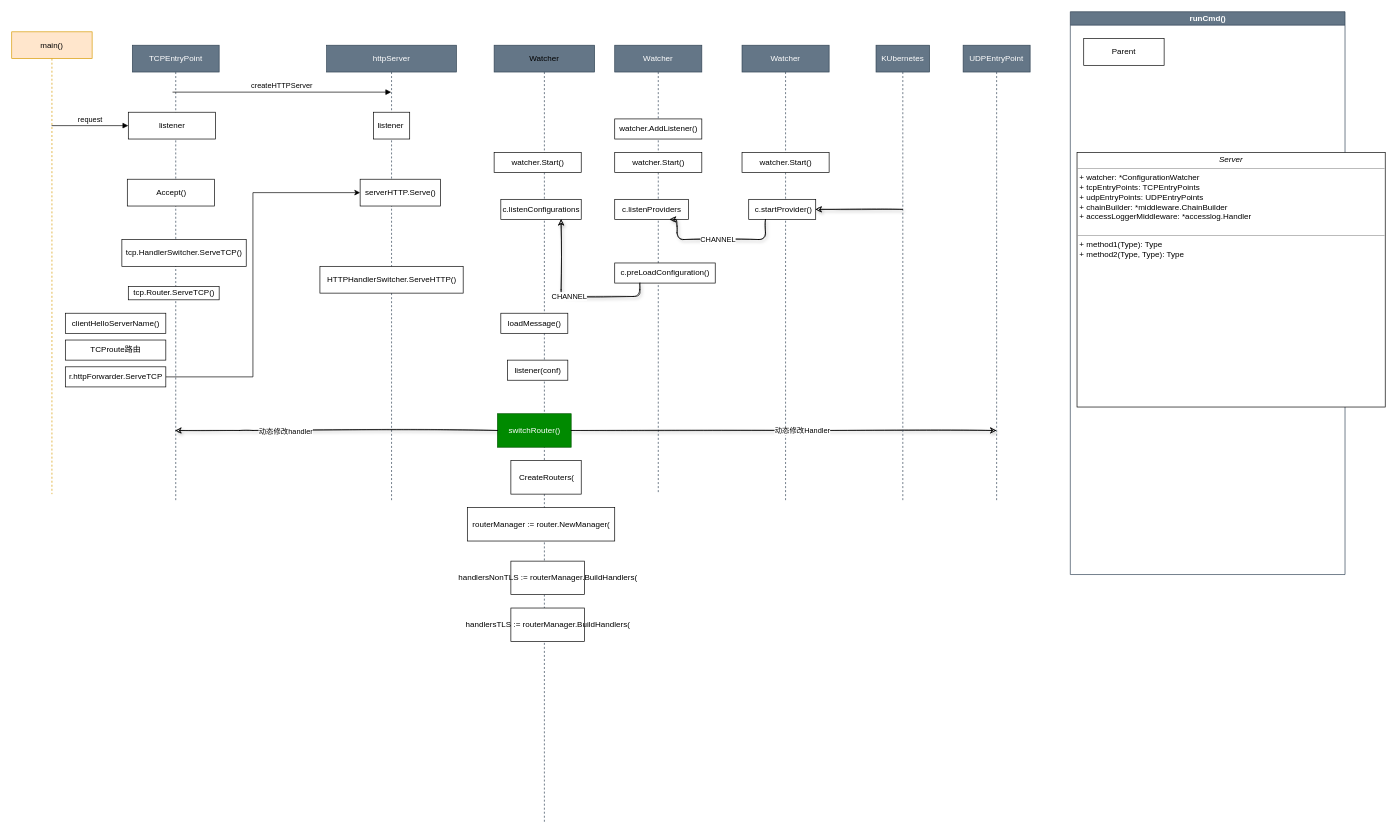
This is traefik流程图.drawio from ghj114/diagram, a draw.io file, before an edit. Source tidied: cells renumbered, new cells numbered last; positions are measured from the earlier drawing's top-left corner, leaving out a move shared by most shapes. Both pictures are drawn from the tidied source at 67%, with x=0, y=0 at pixel (11, 11).
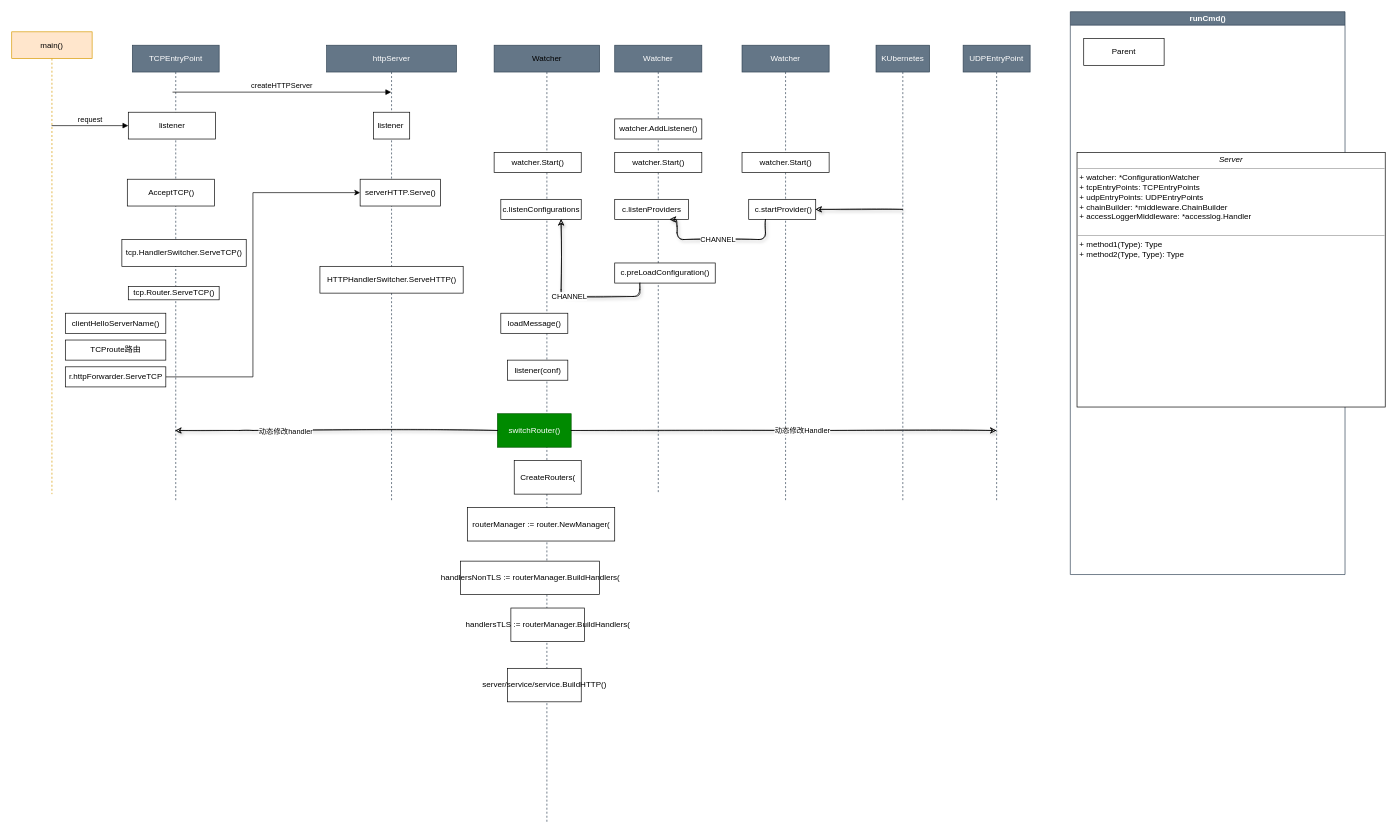
The same diagram, later.

Commit message:
更新traefik流程图.drawio

The change refers to these unchanged cells:
```xml
<mxCell id="6" value="TCPEntryPoint" style="shape=umlLifeline;perimeter=lifelinePerimeter;whiteSpace=wrap;html=1;outlineConnect=0;fillColor=#647687;strokeColor=#314354;fontColor=#ffffff;" parent="1" vertex="1">
  <mxGeometry x="180" y="50" width="129.6" height="680" as="geometry" />
</mxCell>
```

Change to the diagram source:
```diff
@@
-    <mxCell id="8" value="Accept()" style="html=1;" parent="6" vertex="1">
+    <mxCell id="8" value="AcceptTCP()" style="html=1;" parent="6" vertex="1">
       <mxGeometry x="-7.5" y="200" width="130" height="40" as="geometry" />
     </mxCell>
@@
     <mxCell id="32" value="Watcher" style="shape=umlLifeline;perimeter=lifelinePerimeter;whiteSpace=wrap;html=1;fillColor=#647687;strokeColor=#314354;" parent="1" vertex="1">
-      <mxGeometry x="720" y="50" width="150" height="1160" as="geometry" />
+      <mxGeometry x="720" y="50" width="157.5" height="1160" as="geometry" />
     </mxCell>
@@
     <mxCell id="39" value="CreateRouters(" style="html=1;fontColor=#000000;" parent="32" vertex="1">
-      <mxGeometry x="25" y="620" width="105" height="50" as="geometry" />
+      <mxGeometry x="30" y="620" width="100" height="50" as="geometry" />
     </mxCell>
@@
     <mxCell id="41" value="handlersNonTLS := routerManager.BuildHandlers(" style="html=1;fontColor=#000000;" parent="32" vertex="1">
-      <mxGeometry x="25" y="770" width="110" height="50" as="geometry" />
+      <mxGeometry x="-50" y="770" width="207.5" height="50" as="geometry" />
     </mxCell>
@@
+    <mxCell id="51" value="server/service/service.BuildHTTP()" style="html=1;fontColor=#000000;" parent="1" vertex="1">
+      <mxGeometry x="740" y="980" width="110" height="50" as="geometry" />
+    </mxCell>
```
